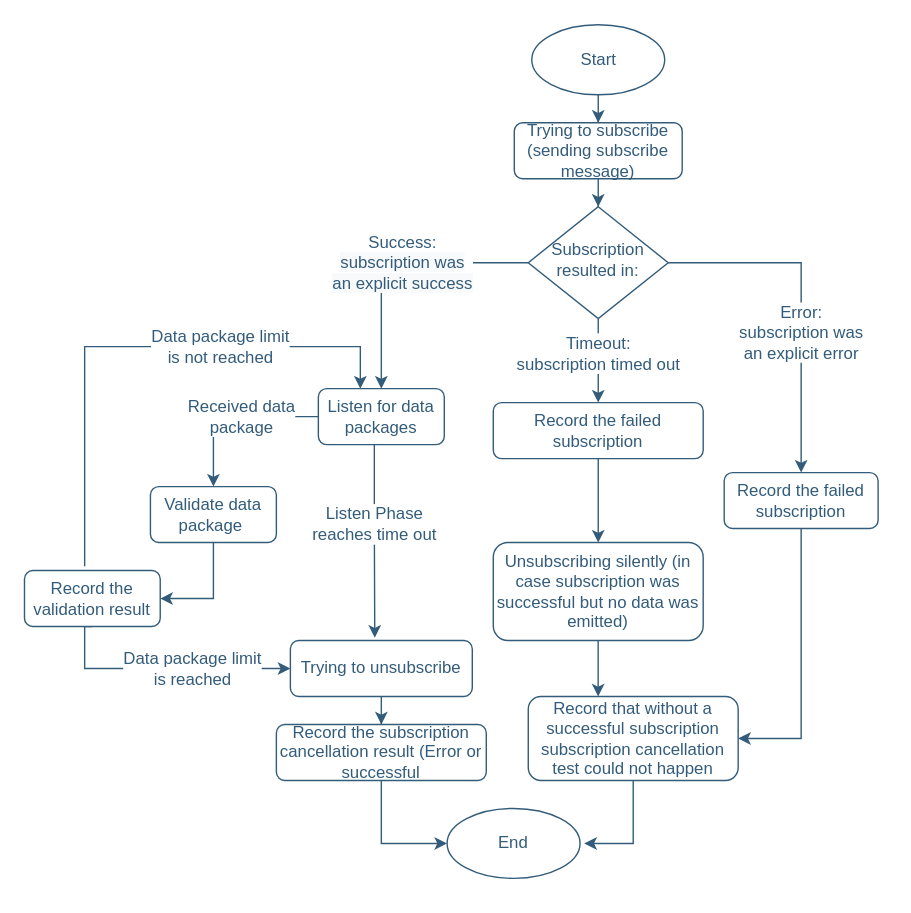
Before: readme-images/eventTesting.svg, a diagram exported from draw.io (tum-esi/testbench). Source tidied: cells renumbered, new cells last; positions are measured from the earlier drawing's top-left corner, leaving out a move shared by most shapes.
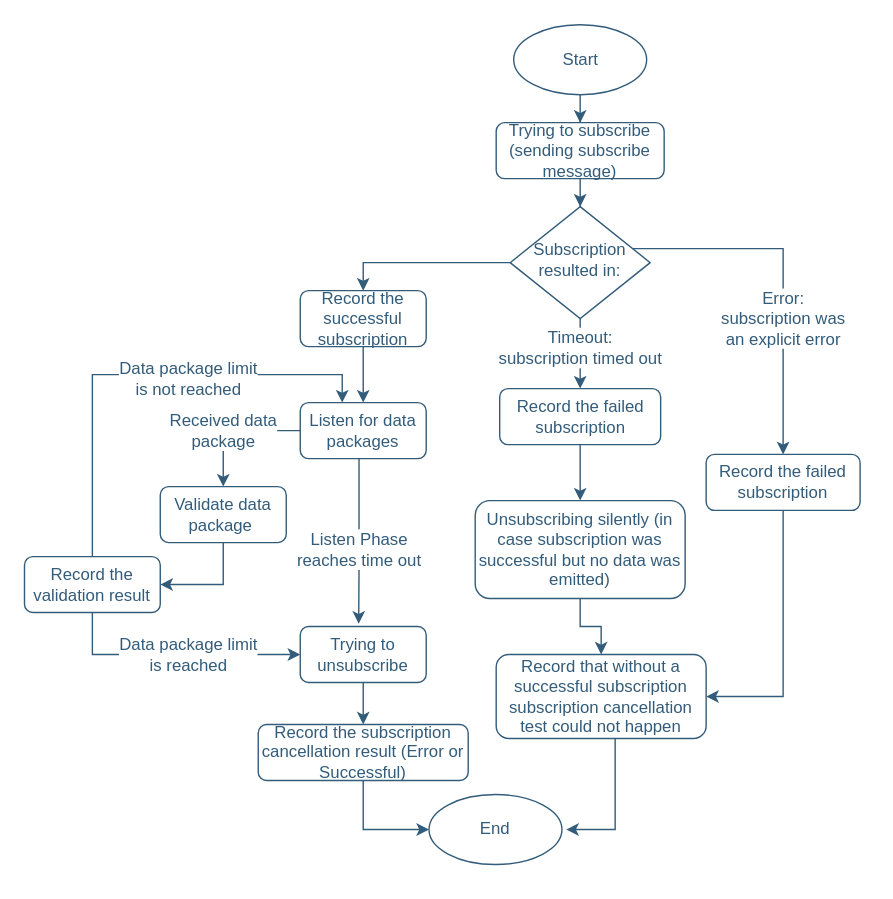
Later version of the same file.

Commit message:
Reformatting eventTesting image.

Diff of the diagram source:
```diff
@@ -5,14 +5,14 @@
     <mxCell id="2" style="edgeStyle=orthogonalEdgeStyle;rounded=0;jettySize=auto;html=1;entryX=0.464;entryY=-0.05;entryDx=0;entryDy=0;fontSize=12;entryPerimeter=0;fontColor=#335C7A;labelBorderColor=none;strokeColor=#335C7A;" parent="1" edge="1" source="6" target="15">
       <mxGeometry relative="1" as="geometry">
         <Array as="points">
-          <mxPoint x="250" y="360" />
-          <mxPoint x="250" y="360" />
+          <mxPoint x="252" y="400" />
+          <mxPoint x="252" y="400" />
         </Array>
       </mxGeometry>
     </mxCell>
     <mxCell id="3" value="Listen Phase&lt;br&gt;reaches time out" style="edgeLabel;html=1;align=center;verticalAlign=middle;fontSize=12;fontColor=#335C7A;labelBorderColor=none;" parent="2" vertex="1">
       <mxGeometry x="-0.32" relative="1" as="geometry">
-        <mxPoint y="9.2" as="offset" />
+        <mxPoint y="25" as="offset" />
       </mxGeometry>
     </mxCell>
     <mxCell id="4" style="edgeStyle=orthogonalEdgeStyle;rounded=0;jettySize=auto;html=1;fontSize=12;fontColor=#335C7A;labelBorderColor=none;strokeColor=#335C7A;" parent="1" edge="1" source="6" target="23">
@@ -20,11 +20,11 @@
     </mxCell>
     <mxCell id="5" value="Received data&lt;br&gt;package" style="edgeLabel;html=1;align=center;verticalAlign=middle;fontSize=12;fontColor=#335C7A;labelBorderColor=none;" parent="4" vertex="1">
       <mxGeometry x="-0.16" y="-1" relative="1" as="geometry">
-        <mxPoint x="-3.3" y="1" as="offset" />
+        <mxPoint x="-15" y="1" as="offset" />
       </mxGeometry>
     </mxCell>
     <mxCell id="6" value="Listen for data packages" style="rounded=1;whiteSpace=wrap;fontSize=12;glass=0;strokeWidth=1;shadow=0;html=1;fontColor=#335C7A;labelBorderColor=none;strokeColor=#335C7A;" parent="1" vertex="1">
-      <mxGeometry x="210" y="260" width="90" height="40" as="geometry" />
+      <mxGeometry x="210" y="280" width="90" height="40" as="geometry" />
     </mxCell>
     <mxCell id="7" style="edgeStyle=orthogonalEdgeStyle;rounded=0;jettySize=auto;html=1;fontSize=12;entryX=0.5;entryY=0;entryDx=0;entryDy=0;fontColor=#335C7A;labelBorderColor=none;strokeColor=#335C7A;" parent="1" edge="1" source="11" target="30">
       <mxGeometry relative="1" as="geometry">
@@ -35,19 +35,14 @@
     </mxCell>
     <mxCell id="8" value="Error:&lt;br&gt;subscription was&lt;br&gt;an explicit error" style="edgeLabel;html=1;align=center;verticalAlign=middle;fontSize=12;fontColor=#335C7A;labelBorderColor=none;" parent="7" vertex="1">
       <mxGeometry x="-0.1" y="-2" relative="1" as="geometry">
-        <mxPoint x="2" y="34.2" as="offset" />
+        <mxPoint x="2" y="42.5" as="offset" />
       </mxGeometry>
     </mxCell>
-    <mxCell id="9" style="edgeStyle=orthogonalEdgeStyle;rounded=0;jettySize=auto;html=1;entryX=0.5;entryY=0;entryDx=0;entryDy=0;strokeColor=#335C7A;fontSize=12;fontColor=#335C7A;" parent="1" edge="1" source="11" target="6">
-      <mxGeometry relative="1" as="geometry" />
-    </mxCell>
-    <mxCell id="10" value="Success:&lt;br&gt;&lt;span style=&quot;background-color: rgb(248 , 249 , 250)&quot;&gt;subscription was&lt;br&gt;an explicit success&lt;/span&gt;" style="edgeLabel;html=1;align=center;verticalAlign=middle;fontSize=12;fontColor=#335C7A;" parent="9" vertex="1">
-      <mxGeometry x="-0.18" relative="1" as="geometry">
-        <mxPoint x="-10" as="offset" />
-      </mxGeometry>
-    </mxCell>
+    <mxCell id="38" style="edgeStyle=orthogonalEdgeStyle;rounded=0;jettySize=auto;html=1;entryX=0.5;entryY=0;entryDx=0;entryDy=0;strokeColor=#335C7A;fontSize=12;fontColor=#335C7A;" parent="1" edge="1" source="11" target="40">
+      <mxGeometry relative="1" as="geometry" />
+    </mxCell>
     <mxCell id="11" value="Subscription resulted in:" style="rhombus;whiteSpace=wrap;shadow=0;fontFamily=Helvetica;fontSize=12;align=center;strokeWidth=1;spacing=6;spacingTop=-4;html=1;fontColor=#335C7A;labelBorderColor=none;strokeColor=#335C7A;" parent="1" vertex="1">
-      <mxGeometry x="360" y="130" width="100" height="80" as="geometry" />
+      <mxGeometry x="360" y="140" width="100" height="80" as="geometry" />
     </mxCell>
     <mxCell id="12" style="edgeStyle=orthogonalEdgeStyle;rounded=0;jettySize=auto;html=1;fontSize=12;exitX=0.5;exitY=1;exitDx=0;exitDy=0;entryX=0.5;entryY=0;entryDx=0;entryDy=0;fontColor=#335C7A;labelBorderColor=none;strokeColor=#335C7A;" parent="1" edge="1" source="11" target="28">
       <mxGeometry relative="1" as="geometry" />
@@ -61,50 +56,49 @@
       <mxGeometry relative="1" as="geometry" />
     </mxCell>
     <mxCell id="15" value="Trying to unsubscribe" style="rounded=1;whiteSpace=wrap;fontSize=12;glass=0;strokeWidth=1;shadow=0;html=1;fontColor=#335C7A;labelBorderColor=none;strokeColor=#335C7A;" parent="1" vertex="1">
-      <mxGeometry x="190" y="440" width="130" height="40" as="geometry" />
+      <mxGeometry x="210" y="440" width="90" height="40" as="geometry" />
     </mxCell>
     <mxCell id="16" style="edgeStyle=orthogonalEdgeStyle;rounded=0;jettySize=auto;html=1;fontSize=12;fontColor=#335C7A;labelBorderColor=none;strokeColor=#335C7A;" parent="1" edge="1" source="17" target="26">
       <mxGeometry relative="1" as="geometry" />
     </mxCell>
     <mxCell id="17" value="Start" style="ellipse;whiteSpace=wrap;html=1;fontSize=12;fontColor=#335C7A;labelBorderColor=none;strokeColor=#335C7A;" parent="1" vertex="1">
-      <mxGeometry x="362.5" width="95" height="50" as="geometry" />
+      <mxGeometry x="362.5" y="10" width="95" height="50" as="geometry" />
     </mxCell>
-    <mxCell id="18" style="edgeStyle=orthogonalEdgeStyle;rounded=0;orthogonalLoop=1;jettySize=auto;html=1;fontSize=12;fontColor=#335C7A;labelBorderColor=none;strokeColor=#335C7A;" parent="1" edge="1">
+    <mxCell id="18" style="edgeStyle=orthogonalEdgeStyle;rounded=0;jettySize=auto;html=1;fontSize=12;fontColor=#335C7A;labelBorderColor=none;strokeColor=#335C7A;exitX=0.5;exitY=0;exitDx=0;exitDy=0;" parent="1" edge="1" source="37">
       <mxGeometry relative="1" as="geometry">
-        <mxPoint x="43" y="387" as="sourcePoint" />
-        <mxPoint x="240" y="260" as="targetPoint" />
+        <mxPoint x="240" y="280" as="targetPoint" />
         <Array as="points">
-          <mxPoint x="43" y="230" />
-          <mxPoint x="240" y="230" />
+          <mxPoint x="62" y="260" />
+          <mxPoint x="240" y="260" />
         </Array>
       </mxGeometry>
     </mxCell>
     <mxCell id="19" value="Data package limit&lt;br&gt;is not reached" style="edgeLabel;html=1;align=center;verticalAlign=middle;fontSize=12;fontColor=#335C7A;labelBorderColor=none;" parent="18" vertex="1">
       <mxGeometry x="-0.46" relative="1" as="geometry">
-        <mxPoint x="97" y="-53.7" as="offset" />
+        <mxPoint x="68.5" y="-38.7" as="offset" />
       </mxGeometry>
     </mxCell>
     <mxCell id="20" style="edgeStyle=orthogonalEdgeStyle;rounded=0;jettySize=auto;html=1;fontSize=12;entryX=0;entryY=0.5;entryDx=0;entryDy=0;exitX=0.5;exitY=1;exitDx=0;exitDy=0;fontColor=#335C7A;labelBorderColor=none;strokeColor=#335C7A;" parent="1" edge="1" source="37" target="15">
       <mxGeometry relative="1" as="geometry">
         <Array as="points">
-          <mxPoint x="43" y="460" />
+          <mxPoint x="62" y="460" />
         </Array>
       </mxGeometry>
     </mxCell>
     <mxCell id="21" value="Data package limit&lt;br&gt;is reached" style="edgeLabel;html=1;align=center;verticalAlign=middle;fontSize=12;fontColor=#335C7A;labelBorderColor=none;" parent="20" vertex="1">
       <mxGeometry x="-0.68" y="1" relative="1" as="geometry">
-        <mxPoint x="76" y="6.3" as="offset" />
+        <mxPoint x="67.5" y="1.7" as="offset" />
       </mxGeometry>
     </mxCell>
-    <mxCell id="22" style="edgeStyle=orthogonalEdgeStyle;rounded=0;jettySize=auto;html=1;fontSize=12;fontColor=#335C7A;labelBorderColor=none;strokeColor=#335C7A;" parent="1" edge="1" source="23" target="37">
+    <mxCell id="22" style="edgeStyle=orthogonalEdgeStyle;rounded=0;jettySize=auto;html=1;fontSize=12;fontColor=#335C7A;labelBorderColor=none;strokeColor=#335C7A;exitX=0.5;exitY=1;exitDx=0;exitDy=0;" parent="1" edge="1" source="23" target="37">
       <mxGeometry relative="1" as="geometry">
         <Array as="points">
-          <mxPoint x="135" y="410" />
+          <mxPoint x="155" y="410" />
         </Array>
       </mxGeometry>
     </mxCell>
     <mxCell id="23" value="Validate data package&amp;nbsp;" style="rounded=1;whiteSpace=wrap;fontSize=12;glass=0;strokeWidth=1;shadow=0;html=1;fontColor=#335C7A;labelBorderColor=none;strokeColor=#335C7A;" parent="1" vertex="1">
-      <mxGeometry x="90" y="330" width="90" height="40" as="geometry" />
+      <mxGeometry x="110" y="340" width="90" height="40" as="geometry" />
     </mxCell>
     <mxCell id="24" value="End" style="ellipse;whiteSpace=wrap;html=1;fontSize=12;fontColor=#335C7A;labelBorderColor=none;strokeColor=#335C7A;" parent="1" vertex="1">
       <mxGeometry x="302" y="560" width="95" height="50" as="geometry" />
@@ -113,29 +107,29 @@
       <mxGeometry relative="1" as="geometry" />
     </mxCell>
     <mxCell id="26" value="Trying to subscribe (sending subscribe message)" style="rounded=1;whiteSpace=wrap;fontSize=12;glass=0;strokeWidth=1;shadow=0;html=1;fontColor=#335C7A;labelBorderColor=none;strokeColor=#335C7A;" parent="1" vertex="1">
-      <mxGeometry x="350" y="70" width="120" height="40" as="geometry" />
+      <mxGeometry x="350" y="80" width="120" height="40" as="geometry" />
     </mxCell>
     <mxCell id="27" style="edgeStyle=orthogonalEdgeStyle;rounded=0;jettySize=auto;html=1;fontSize=12;fontColor=#335C7A;labelBorderColor=none;strokeColor=#335C7A;" parent="1" edge="1" source="28" target="32">
       <mxGeometry relative="1" as="geometry" />
     </mxCell>
     <mxCell id="28" value="Record the failed subscription" style="rounded=1;whiteSpace=wrap;fontSize=12;glass=0;strokeWidth=1;shadow=0;html=1;fontColor=#335C7A;labelBorderColor=none;strokeColor=#335C7A;" parent="1" vertex="1">
-      <mxGeometry x="335" y="270" width="150" height="40" as="geometry" />
+      <mxGeometry x="352.5" y="270" width="115" height="40" as="geometry" />
     </mxCell>
     <mxCell id="29" style="edgeStyle=orthogonalEdgeStyle;rounded=0;jettySize=auto;html=1;entryX=1;entryY=0.5;entryDx=0;entryDy=0;fontSize=12;fontColor=#335C7A;labelBorderColor=none;strokeColor=#335C7A;" parent="1" edge="1" source="30" target="34">
       <mxGeometry relative="1" as="geometry">
         <Array as="points">
-          <mxPoint x="555" y="510" />
+          <mxPoint x="555" y="490" />
         </Array>
       </mxGeometry>
     </mxCell>
     <mxCell id="30" value="Record the failed subscription" style="rounded=1;whiteSpace=wrap;fontSize=12;glass=0;strokeWidth=1;shadow=0;html=1;fontColor=#335C7A;labelBorderColor=none;strokeColor=#335C7A;" parent="1" vertex="1">
-      <mxGeometry x="500" y="320" width="110" height="40" as="geometry" />
+      <mxGeometry x="500" y="317" width="110" height="40" as="geometry" />
     </mxCell>
-    <mxCell id="31" style="edgeStyle=orthogonalEdgeStyle;rounded=0;jettySize=auto;html=1;entryX=0.333;entryY=0;entryDx=0;entryDy=0;entryPerimeter=0;fontSize=12;fontColor=#335C7A;labelBorderColor=none;strokeColor=#335C7A;" parent="1" edge="1" source="32" target="34">
+    <mxCell id="31" style="edgeStyle=orthogonalEdgeStyle;rounded=0;jettySize=auto;html=1;entryX=0.5;entryY=0;entryDx=0;entryDy=0;fontSize=12;fontColor=#335C7A;labelBorderColor=none;strokeColor=#335C7A;" parent="1" edge="1" source="32" target="34">
       <mxGeometry relative="1" as="geometry" />
     </mxCell>
     <mxCell id="32" value="Unsubscribing silently (in case subscription was successful but no data was emitted)" style="rounded=1;whiteSpace=wrap;fontSize=12;glass=0;strokeWidth=1;shadow=0;html=1;fontColor=#335C7A;labelBorderColor=none;strokeColor=#335C7A;" parent="1" vertex="1">
-      <mxGeometry x="335" y="370" width="150" height="70" as="geometry" />
+      <mxGeometry x="335" y="350" width="150" height="70" as="geometry" />
     </mxCell>
     <mxCell id="33" style="edgeStyle=orthogonalEdgeStyle;rounded=0;jettySize=auto;html=1;fontSize=12;fontColor=#335C7A;labelBorderColor=none;strokeColor=#335C7A;" parent="1" edge="1" source="34">
       <mxGeometry relative="1" as="geometry">
@@ -146,7 +140,7 @@
       </mxGeometry>
     </mxCell>
     <mxCell id="34" value="Record that without a successful subscription subscription cancellation test could not happen" style="rounded=1;whiteSpace=wrap;fontSize=12;glass=0;strokeWidth=1;shadow=0;html=1;fontColor=#335C7A;labelBorderColor=none;strokeColor=#335C7A;" parent="1" vertex="1">
-      <mxGeometry x="360" y="480" width="150" height="60" as="geometry" />
+      <mxGeometry x="350" y="460" width="150" height="60" as="geometry" />
     </mxCell>
     <mxCell id="35" style="edgeStyle=orthogonalEdgeStyle;rounded=0;jettySize=auto;html=1;entryX=0;entryY=0.5;entryDx=0;entryDy=0;fontSize=12;fontColor=#335C7A;labelBorderColor=none;strokeColor=#335C7A;" parent="1" edge="1" source="36" target="24">
       <mxGeometry relative="1" as="geometry">
@@ -155,11 +149,17 @@
         </Array>
       </mxGeometry>
     </mxCell>
-    <mxCell id="36" value="Record the subscription cancellation result (Error or successful" style="rounded=1;whiteSpace=wrap;fontSize=12;glass=0;strokeWidth=1;shadow=0;html=1;fontColor=#335C7A;labelBorderColor=none;strokeColor=#335C7A;" parent="1" vertex="1">
-      <mxGeometry x="180" y="500" width="150" height="40" as="geometry" />
+    <mxCell id="36" value="Record the subscription cancellation result (Error or Successful)" style="rounded=1;whiteSpace=wrap;fontSize=12;glass=0;strokeWidth=1;shadow=0;html=1;fontColor=#335C7A;labelBorderColor=none;strokeColor=#335C7A;" parent="1" vertex="1">
+      <mxGeometry x="180" y="510" width="150" height="40" as="geometry" />
     </mxCell>
     <mxCell id="37" value="Record the&lt;br&gt;validation result" style="rounded=1;whiteSpace=wrap;fontSize=12;glass=0;strokeWidth=1;shadow=0;html=1;fontColor=#335C7A;labelBorderColor=none;strokeColor=#335C7A;" parent="1" vertex="1">
-      <mxGeometry y="390" width="97" height="40" as="geometry" />
+      <mxGeometry x="13" y="390" width="97" height="40" as="geometry" />
     </mxCell>
+    <mxCell id="39" style="edgeStyle=orthogonalEdgeStyle;rounded=0;jettySize=auto;html=1;strokeColor=#335C7A;fontSize=12;fontColor=#335C7A;" parent="1" edge="1" source="40" target="6">
+      <mxGeometry relative="1" as="geometry" />
+    </mxCell>
+    <mxCell id="40" value="Record the successful subscription" style="rounded=1;whiteSpace=wrap;fontSize=12;glass=0;strokeWidth=1;shadow=0;html=1;fontColor=#335C7A;labelBorderColor=none;strokeColor=#335C7A;" parent="1" vertex="1">
+      <mxGeometry x="210" y="200" width="90" height="40" as="geometry" />
+    </mxCell>
   </root>
 </mxGraphModel>
```
